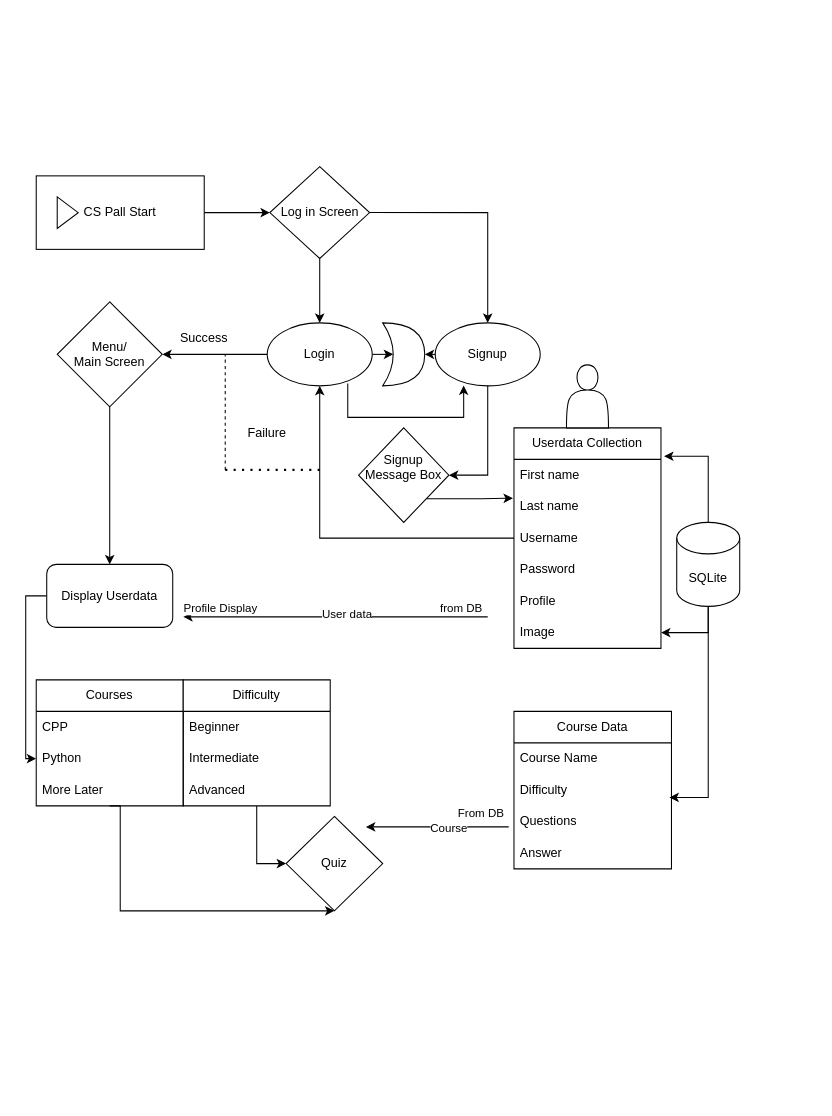
The draw.io diagram interface.drawio in MarkHCrawford/cspall.honorsproject, before the edit. Source tidied: cells renumbered, new cells numbered last; positions are measured from the earlier drawing's top-left corner, leaving out a move shared by most shapes. Both pictures are drawn from the tidied source at 105%, with x=0, y=0 at pixel (36, 166).
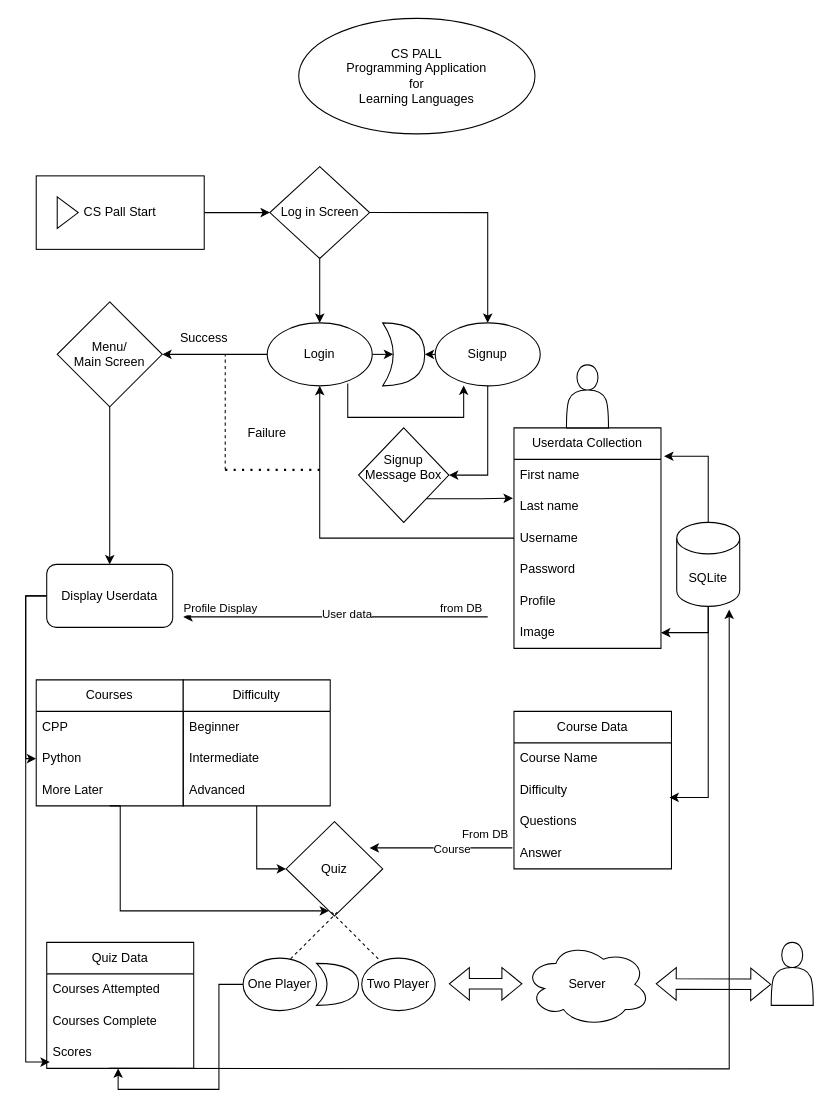
The same page after the edit.

The change refers to these unchanged cells:
```xml
<mxCell id="45" value="&lt;div&gt;Display Userdata&lt;/div&gt;" style="rounded=1;whiteSpace=wrap;html=1;" parent="1" vertex="1">
  <mxGeometry x="10" y="379" width="120" height="60" as="geometry" />
</mxCell>
<mxCell id="47" value="SQLite" style="shape=cylinder3;whiteSpace=wrap;html=1;boundedLbl=1;backgroundOutline=1;size=15;" parent="1" vertex="1">
  <mxGeometry x="610" y="339" width="60" height="80" as="geometry" />
</mxCell>
```

What changed in the source:
```diff
@@
+    <mxCell id="63" style="edgeStyle=orthogonalEdgeStyle;rounded=0;jettySize=auto;html=1;exitX=0;exitY=0.5;exitDx=0;exitDy=0;entryX=0.021;entryY=0.8;entryDx=0;entryDy=0;entryPerimeter=0;" parent="1" edge="1" source="45" target="73">
+      <mxGeometry relative="1" as="geometry" />
+    </mxCell>
@@
     <mxCell id="58" value="Quiz" style="rhombus;whiteSpace=wrap;html=1;" parent="1" vertex="1">
-      <mxGeometry x="238" y="619" width="92" height="90" as="geometry" />
+      <mxGeometry x="238" y="624" width="92" height="90" as="geometry" />
     </mxCell>
@@
     <mxCell id="60" style="endArrow=classic;html=1;rounded=0;" parent="1" edge="1">
       <mxGeometry relative="1" as="geometry">
-        <mxPoint x="450" y="629" as="sourcePoint" />
-        <mxPoint x="314" y="629" as="targetPoint" />
+        <mxPoint x="453.5" y="649" as="sourcePoint" />
+        <mxPoint x="317.5" y="649" as="targetPoint" />
       </mxGeometry>
     </mxCell>
@@
+    <mxCell id="64" style="endArrow=none;dashed=1;html=1;rounded=0;" parent="1" edge="1">
+      <mxGeometry relative="1" as="geometry">
+        <mxPoint x="238" y="759" as="sourcePoint" />
+        <mxPoint x="288" y="709" as="targetPoint" />
+      </mxGeometry>
+    </mxCell>
+    <mxCell id="65" style="endArrow=none;dashed=1;html=1;rounded=0;" parent="1" edge="1">
+      <mxGeometry relative="1" as="geometry">
+        <mxPoint x="330" y="759" as="sourcePoint" />
+        <mxPoint x="280" y="709" as="targetPoint" />
+      </mxGeometry>
+    </mxCell>
+    <mxCell id="66" style="shape=xor;whiteSpace=wrap;html=1;" parent="1" vertex="1">
+      <mxGeometry x="267" y="759" width="40" height="40" as="geometry" />
+    </mxCell>
+    <mxCell id="67" value="One Player" style="ellipse;whiteSpace=wrap;html=1;" parent="1" vertex="1">
+      <mxGeometry x="197" y="754" width="70" height="50" as="geometry" />
+    </mxCell>
+    <mxCell id="68" value="Two Player" style="ellipse;whiteSpace=wrap;html=1;" parent="1" vertex="1">
+      <mxGeometry x="310" y="754" width="70" height="50" as="geometry" />
+    </mxCell>
+    <mxCell id="69" style="edgeStyle=orthogonalEdgeStyle;rounded=0;jettySize=auto;html=1;entryX=0.833;entryY=1.038;entryDx=0;entryDy=0;entryPerimeter=0;" parent="1" edge="1" target="47">
+      <mxGeometry relative="1" as="geometry">
+        <mxPoint x="69.5" y="859" as="sourcePoint" />
+      </mxGeometry>
+    </mxCell>
+    <mxCell id="70" value="Quiz Data" style="swimlane;fontStyle=0;horizontal=1;startSize=30;whiteSpace=wrap;html=1;" parent="1" vertex="1">
+      <mxGeometry x="10" y="739" width="140" height="120" as="geometry" />
+    </mxCell>
+    <mxCell id="71" value="Courses Attempted" style="text;strokeColor=none;fillColor=none;align=left;verticalAlign=middle;spacingLeft=4;spacingRight=4;overflow=hidden;whiteSpace=wrap;html=1;" parent="70" vertex="1">
+      <mxGeometry y="30" width="140" height="30" as="geometry" />
+    </mxCell>
+    <mxCell id="72" value="Courses Complete" style="text;strokeColor=none;fillColor=none;align=left;verticalAlign=middle;spacingLeft=4;spacingRight=4;overflow=hidden;whiteSpace=wrap;html=1;" parent="70" vertex="1">
+      <mxGeometry y="60" width="140" height="30" as="geometry" />
+    </mxCell>
+    <mxCell id="73" value="Scores" style="text;strokeColor=none;fillColor=none;align=left;verticalAlign=middle;spacingLeft=4;spacingRight=4;overflow=hidden;points=[[0,0.5],[1,0.5]];portConstraint=eastwest;whiteSpace=wrap;html=1;" parent="70" vertex="1">
+      <mxGeometry y="90" width="140" height="30" as="geometry" />
+    </mxCell>
+    <mxCell id="74" style="edgeStyle=orthogonalEdgeStyle;rounded=0;jettySize=auto;html=1;exitX=0;exitY=0.5;exitDx=0;exitDy=0;" parent="1" edge="1" source="67">
+      <mxGeometry relative="1" as="geometry">
+        <mxPoint x="78" y="859" as="targetPoint" />
+        <Array as="points">
+          <mxPoint x="174" y="779" />
+          <mxPoint x="174" y="879" />
+          <mxPoint x="78" y="879" />
+        </Array>
+      </mxGeometry>
+    </mxCell>
+    <mxCell id="75" value="Server" style="ellipse;shape=cloud;whiteSpace=wrap;html=1;" parent="1" vertex="1">
+      <mxGeometry x="465" y="739" width="120" height="80" as="geometry" />
+    </mxCell>
+    <mxCell id="76" style="shape=flexArrow;endArrow=classic;startArrow=classic;html=1;rounded=0;" parent="1" edge="1">
+      <mxGeometry relative="1" as="geometry">
+        <mxPoint x="393" y="778.5" as="sourcePoint" />
+        <mxPoint x="463" y="778.5" as="targetPoint" />
+      </mxGeometry>
+    </mxCell>
+    <mxCell id="77" style="shape=flexArrow;endArrow=classic;startArrow=classic;html=1;rounded=0;" parent="1" edge="1">
+      <mxGeometry relative="1" as="geometry">
+        <mxPoint x="590" y="778.5" as="sourcePoint" />
+        <mxPoint x="700" y="779" as="targetPoint" />
+      </mxGeometry>
+    </mxCell>
+    <mxCell id="78" style="shape=actor;whiteSpace=wrap;html=1;" parent="1" vertex="1">
+      <mxGeometry x="700" y="739" width="40" height="60" as="geometry" />
+    </mxCell>
+    <mxCell id="79" value="&lt;div&gt;CS PALL&lt;/div&gt;&lt;div&gt;Programming Application&lt;/div&gt;&lt;div&gt;for&lt;/div&gt;&lt;div&gt;Learning Languages&lt;br&gt;&lt;/div&gt;" style="ellipse;whiteSpace=wrap;html=1;align=center;newEdgeStyle={&quot;edgeStyle&quot;:&quot;entityRelationEdgeStyle&quot;,&quot;startArrow&quot;:&quot;none&quot;,&quot;endArrow&quot;:&quot;none&quot;,&quot;segment&quot;:10,&quot;curved&quot;:1,&quot;sourcePerimeterSpacing&quot;:0,&quot;targetPerimeterSpacing&quot;:0};" parent="1" vertex="1">
+      <mxGeometry x="250" y="-141" width="225" height="110" as="geometry" />
+    </mxCell>
```
